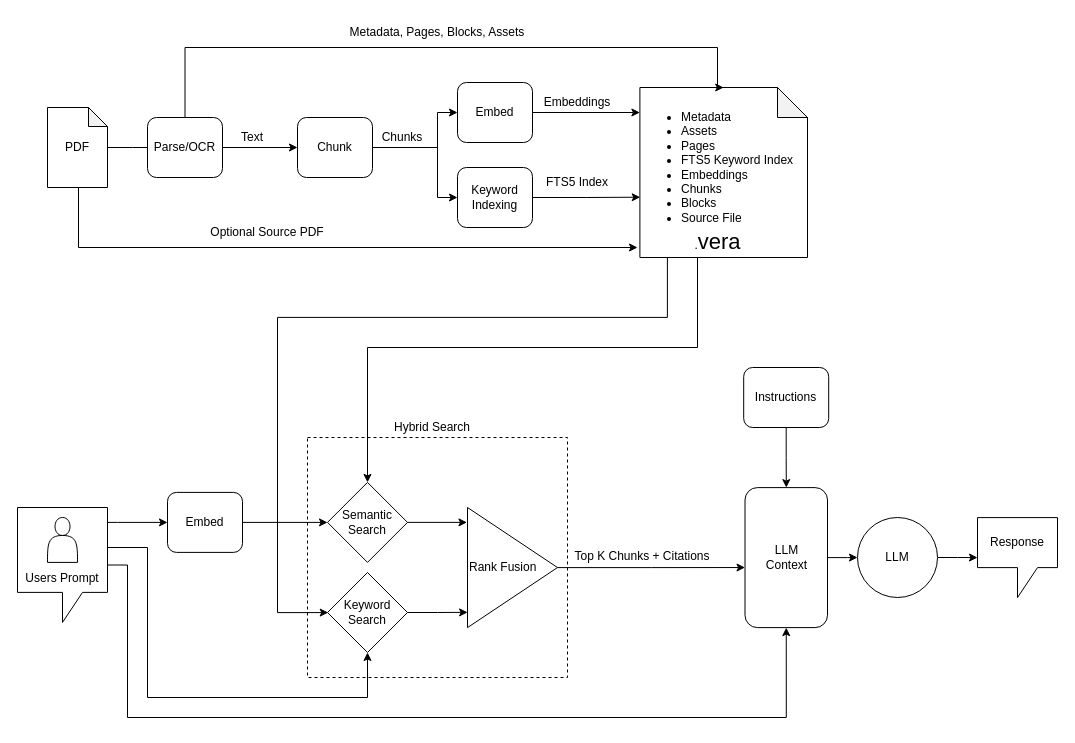
This is vera.drawio from dkylewillis/vera, a draw.io file, before an edit. Source tidied: cells renumbered, new cells numbered last; positions are measured from the earlier drawing's top-left corner, leaving out a move shared by most shapes. Both pictures are drawn from the tidied source at 100%, with x=0, y=0 at pixel (17, 17).
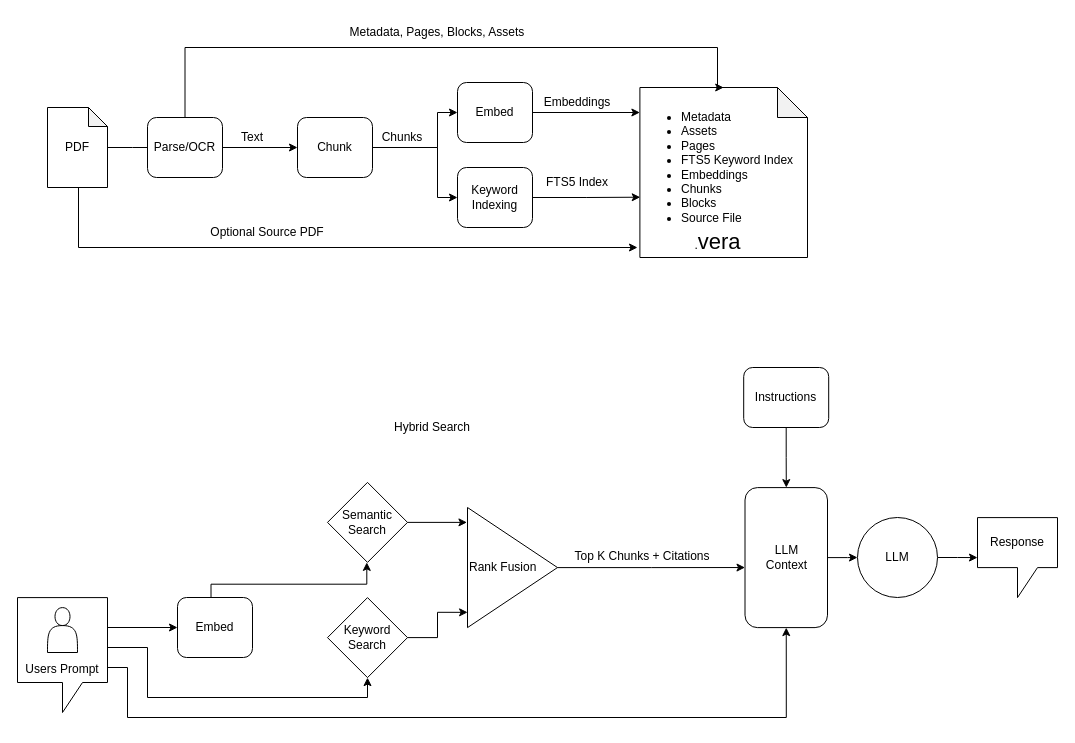
The same page after the edit.

The change refers to these unchanged cells:
```xml
<mxCell id="9" value="LLM&lt;div&gt;Context&lt;/div&gt;" style="rounded=1;whiteSpace=wrap;html=1;" parent="1" vertex="1">
  <mxGeometry x="727.5" y="470.1" width="82.5" height="140" as="geometry" />
</mxCell>
<mxCell id="13" value="Semantic Search" style="rhombus;whiteSpace=wrap;html=1;shapeInside=1;" parent="1" vertex="1">
  <mxGeometry x="310" y="464.9" width="80" height="80" as="geometry" />
</mxCell>
<mxCell id="30" style="shape=note;whiteSpace=wrap;html=1;backgroundOutline=1;darkOpacity=0.05;strokeColor=light-dark(#000000,#FFCC99);" parent="29" vertex="1">
  <mxGeometry x="22.4" y="10" width="167.6" height="170" as="geometry" />
</mxCell>
```

What changed in the source:
```diff
@@
     <mxCell id="4" style="edgeStyle=orthogonalEdgeStyle;rounded=0;jettySize=auto;html=1;entryX=0;entryY=0.5;entryDx=0;entryDy=0;" parent="1" edge="1" source="7" target="15">
       <mxGeometry relative="1" as="geometry">
         <Array as="points">
-          <mxPoint x="100" y="504.9" />
-          <mxPoint x="100" y="504.9" />
+          <mxPoint x="160" y="610" />
         </Array>
       </mxGeometry>
     </mxCell>
     <mxCell id="5" style="edgeStyle=orthogonalEdgeStyle;rounded=0;jettySize=auto;html=1;entryX=0.5;entryY=1;entryDx=0;entryDy=0;" parent="1" edge="1" source="7" target="39">
       <mxGeometry relative="1" as="geometry">
         <Array as="points">
-          <mxPoint x="130" y="530" />
+          <mxPoint x="130" y="630" />
           <mxPoint x="130" y="680" />
           <mxPoint x="350" y="680" />
         </Array>
       </mxGeometry>
     </mxCell>
     <mxCell id="6" style="edgeStyle=orthogonalEdgeStyle;rounded=0;jettySize=auto;html=1;entryX=0.5;entryY=1;entryDx=0;entryDy=0;" parent="1" edge="1" source="7" target="9">
       <mxGeometry relative="1" as="geometry">
         <Array as="points">
-          <mxPoint x="110" y="547.4" />
+          <mxPoint x="110" y="650" />
           <mxPoint x="110" y="700" />
           <mxPoint x="768.8" y="700" />
         </Array>
       </mxGeometry>
     </mxCell>
     <mxCell id="7" value="&lt;br&gt;&lt;div&gt;&lt;br&gt;&lt;/div&gt;&lt;div&gt;&lt;br&gt;&lt;/div&gt;&lt;div&gt;&lt;br&gt;&lt;/div&gt;&lt;div&gt;&lt;span style=&quot;background-color: transparent; color: light-dark(rgb(0, 0, 0), rgb(255, 255, 255));&quot;&gt;Users Prompt&lt;/span&gt;&lt;/div&gt;" style="shape=callout;whiteSpace=wrap;html=1;perimeter=calloutPerimeter;" parent="1" vertex="1">
-      <mxGeometry y="490" width="90" height="114.9" as="geometry" />
+      <mxGeometry y="580.1" width="90" height="114.9" as="geometry" />
     </mxCell>
@@
-    <mxCell id="14" style="edgeStyle=orthogonalEdgeStyle;rounded=0;jettySize=auto;html=1;" parent="1" edge="1" source="15" target="13">
-      <mxGeometry relative="1" as="geometry" />
+    <mxCell id="14" style="edgeStyle=orthogonalEdgeStyle;rounded=0;jettySize=auto;html=1;entryX=0.491;entryY=1.041;entryDx=0;entryDy=0;entryPerimeter=0;exitX=0.447;exitY=0.01;exitDx=0;exitDy=0;exitPerimeter=0;" parent="1" edge="1" source="15">
+      <mxGeometry relative="1" as="geometry">
+        <mxPoint x="349.3" y="544.9" as="targetPoint" />
+        <Array as="points">
+          <mxPoint x="193.5" y="566.7" />
+          <mxPoint x="349.3" y="566.7" />
+        </Array>
+      </mxGeometry>
     </mxCell>
     <mxCell id="15" value="Embed" style="rounded=1;whiteSpace=wrap;html=1;" parent="1" vertex="1">
-      <mxGeometry x="150" y="474.9" width="75" height="60" as="geometry" />
+      <mxGeometry x="160" y="580" width="75" height="60" as="geometry" />
     </mxCell>
@@
     <mxCell id="39" value="Keyword Search" style="rhombus;whiteSpace=wrap;html=1;shapeInside=1;" parent="1" vertex="1">
-      <mxGeometry x="310" y="555" width="80" height="80" as="geometry" />
+      <mxGeometry x="310" y="580.1" width="80" height="80" as="geometry" />
     </mxCell>
@@
-    <mxCell id="41" style="edgeStyle=orthogonalEdgeStyle;rounded=0;jettySize=auto;html=1;entryX=0.5;entryY=0;entryDx=0;entryDy=0;" parent="1" edge="1" source="30" target="13">
-      <mxGeometry relative="1" as="geometry">
-        <Array as="points">
-          <mxPoint x="680" y="330" />
-          <mxPoint x="350" y="330" />
-        </Array>
-      </mxGeometry>
-    </mxCell>
-    <mxCell id="42" style="edgeStyle=orthogonalEdgeStyle;rounded=0;jettySize=auto;html=1;entryX=0.009;entryY=0.501;entryDx=0;entryDy=0;entryPerimeter=0;" parent="1" edge="1" source="30" target="39">
-      <mxGeometry relative="1" as="geometry">
-        <Array as="points">
-          <mxPoint x="649.9" y="299.9" />
-          <mxPoint x="260" y="299.9" />
-          <mxPoint x="260" y="595.1" />
-        </Array>
-      </mxGeometry>
-    </mxCell>
@@
     <mxCell id="45" style="shape=actor;whiteSpace=wrap;html=1;" parent="1" vertex="1">
-      <mxGeometry x="30" y="500" width="30" height="44.9" as="geometry" />
+      <mxGeometry x="30" y="590.1" width="30" height="44.9" as="geometry" />
     </mxCell>
@@
-    <mxCell id="50" style="rounded=0;whiteSpace=wrap;html=1;dashed=1;fillColor=none;" parent="1" vertex="1">
-      <mxGeometry x="290" y="420" width="260" height="240" as="geometry" />
-    </mxCell>
```
